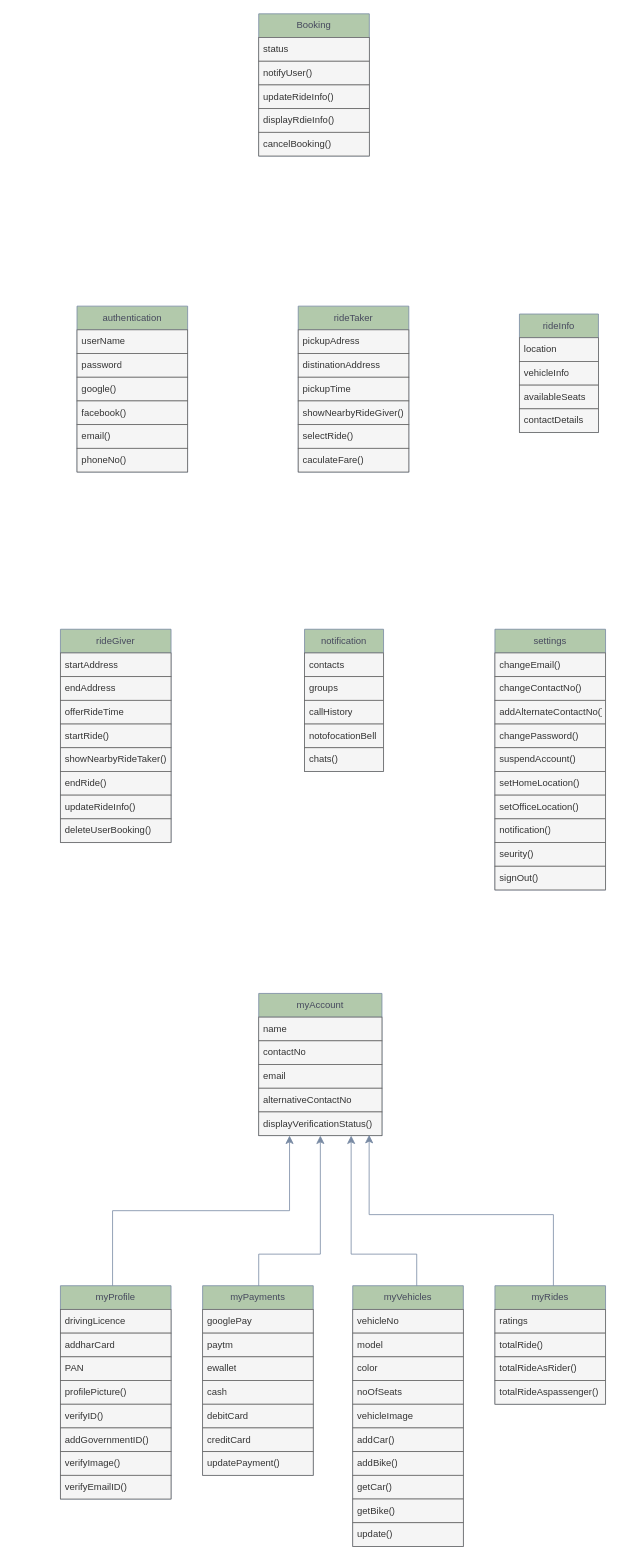
This is Class Diagram.drawio from fatahrahimi330/21Number_game, a draw.io file, before an edit. Source tidied: cells renumbered, new cells numbered last; positions are measured from the earlier drawing's top-left corner, leaving out a move shared by most shapes. Both pictures are drawn from the tidied source at 79%, with x=0, y=0 at pixel (60, 13).
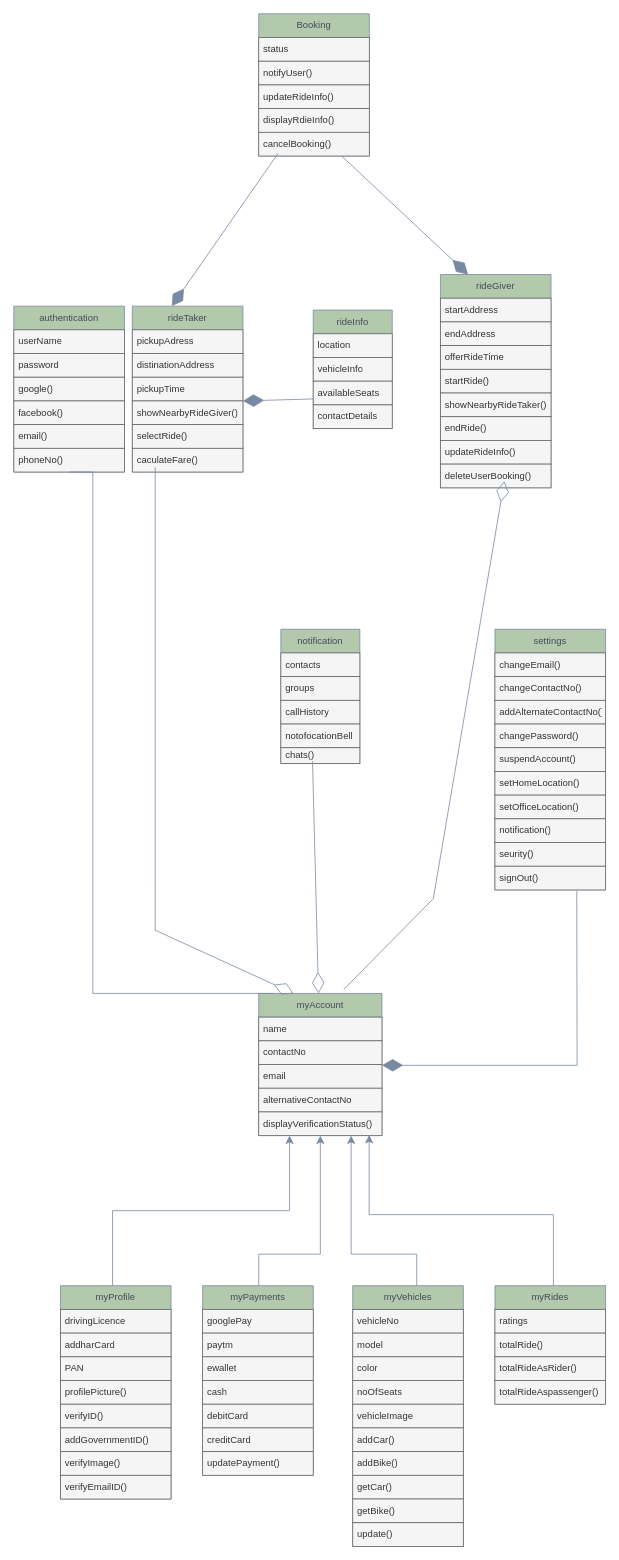
Above is the later version.

The change refers to these unchanged cells:
```xml
<mxCell id="8" value="caculateFare()" style="text;strokeColor=#666666;fillColor=#f5f5f5;align=left;verticalAlign=middle;spacingLeft=4;spacingRight=4;overflow=hidden;points=[[0,0.5],[1,0.5]];portConstraint=eastwest;whiteSpace=wrap;html=1;labelBackgroundColor=none;fontColor=#333333;" parent="2" vertex="1">
  <mxGeometry y="180" width="140" height="30" as="geometry" />
</mxCell>
<mxCell id="29" value="deleteUserBooking()" style="text;strokeColor=#666666;fillColor=#f5f5f5;align=left;verticalAlign=middle;spacingLeft=4;spacingRight=4;overflow=hidden;points=[[0,0.5],[1,0.5]];portConstraint=eastwest;whiteSpace=wrap;html=1;labelBackgroundColor=none;fontColor=#333333;" parent="21" vertex="1">
  <mxGeometry y="240" width="140" height="30" as="geometry" />
</mxCell>
<mxCell id="46" value="signOut()" style="text;strokeColor=#666666;fillColor=#f5f5f5;align=left;verticalAlign=middle;spacingLeft=4;spacingRight=4;overflow=hidden;points=[[0,0.5],[1,0.5]];portConstraint=eastwest;whiteSpace=wrap;html=1;labelBackgroundColor=none;fontColor=#333333;" parent="36" vertex="1">
  <mxGeometry y="300" width="140" height="30" as="geometry" />
</mxCell>
<mxCell id="47" value="myAccount" style="swimlane;fontStyle=0;horizontal=1;startSize=30;whiteSpace=wrap;html=1;labelBackgroundColor=none;fillColor=#B2C9AB;strokeColor=#788AA3;fontColor=#46495D;" parent="1" vertex="1">
  <mxGeometry x="251" y="1240" width="156" height="180" as="geometry" />
</mxCell>
<mxCell id="86" value="Booking" style="swimlane;fontStyle=0;horizontal=1;startSize=30;whiteSpace=wrap;html=1;labelBackgroundColor=none;fillColor=#B2C9AB;strokeColor=#788AA3;fontColor=#46495D;" parent="1" vertex="1">
  <mxGeometry x="251" width="140" height="180" as="geometry" />
</mxCell>
<mxCell id="91" value="cancelBooking()" style="text;align=left;verticalAlign=middle;spacingLeft=4;spacingRight=4;overflow=hidden;points=[[0,0.5],[1,0.5]];portConstraint=eastwest;whiteSpace=wrap;html=1;labelBackgroundColor=none;fontColor=#333333;fillColor=#f5f5f5;strokeColor=#666666;" parent="86" vertex="1">
  <mxGeometry y="150" width="140" height="30" as="geometry" />
</mxCell>
```

Change to the diagram source:
```diff
@@
     <mxCell id="2" value="rideTaker" style="swimlane;fontStyle=0;horizontal=1;startSize=30;whiteSpace=wrap;html=1;labelBackgroundColor=none;fillColor=#B2C9AB;strokeColor=#788AA3;fontColor=#46495D;" parent="1" vertex="1">
-      <mxGeometry x="301" y="370" width="140" height="210" as="geometry" />
+      <mxGeometry x="91" y="370" width="140" height="210" as="geometry" />
     </mxCell>
@@
+    <mxCell id="96" style="endArrow=diamondThin;endFill=1;endSize=24;html=1;rounded=0;strokeColor=#788AA3;fontColor=#46495D;fillColor=#B2C9AB;exitX=0;exitY=0.75;exitDx=0;exitDy=0;" parent="2" edge="1" source="16">
+      <mxGeometry relative="1" as="geometry">
+        <mxPoint x="140" y="120" as="targetPoint" />
+      </mxGeometry>
+    </mxCell>
@@
     <mxCell id="9" value="authentication" style="swimlane;fontStyle=0;horizontal=1;startSize=30;whiteSpace=wrap;html=1;labelBackgroundColor=none;fillColor=#B2C9AB;strokeColor=#788AA3;fontColor=#46495D;" parent="1" vertex="1">
-      <mxGeometry x="21" y="370" width="140" height="210" as="geometry" />
+      <mxGeometry x="-59" y="370" width="140" height="210" as="geometry" />
     </mxCell>
@@
     <mxCell id="16" value="rideInfo" style="swimlane;fontStyle=0;horizontal=1;startSize=30;whiteSpace=wrap;html=1;labelBackgroundColor=none;fillColor=#B2C9AB;strokeColor=#788AA3;fontColor=#46495D;" parent="1" vertex="1">
-      <mxGeometry x="581" y="380" width="100" height="150" as="geometry" />
+      <mxGeometry x="320" y="375" width="100" height="150" as="geometry" />
     </mxCell>
@@
     <mxCell id="21" value="rideGiver" style="swimlane;fontStyle=0;horizontal=1;startSize=30;whiteSpace=wrap;html=1;labelBackgroundColor=none;fillColor=#B2C9AB;strokeColor=#788AA3;fontColor=#46495D;" parent="1" vertex="1">
-      <mxGeometry y="779" width="140" height="270" as="geometry" />
+      <mxGeometry x="481" y="330" width="140" height="270" as="geometry" />
     </mxCell>
@@
     <mxCell id="30" value="notification" style="swimlane;fontStyle=0;horizontal=1;startSize=30;whiteSpace=wrap;html=1;labelBackgroundColor=none;fillColor=#B2C9AB;strokeColor=#788AA3;fontColor=#46495D;" parent="1" vertex="1">
-      <mxGeometry x="309" y="779" width="100" height="180" as="geometry" />
+      <mxGeometry x="279" y="779" width="100" height="170" as="geometry" />
     </mxCell>
@@
     <mxCell id="35" value="chats()" style="text;strokeColor=#666666;fillColor=#f5f5f5;align=left;verticalAlign=middle;spacingLeft=4;spacingRight=4;overflow=hidden;points=[[0,0.5],[1,0.5]];portConstraint=eastwest;whiteSpace=wrap;html=1;labelBackgroundColor=none;fontColor=#333333;" parent="30" vertex="1">
-      <mxGeometry y="150" width="100" height="30" as="geometry" />
+      <mxGeometry y="150" width="100" height="20" as="geometry" />
     </mxCell>
@@
+    <mxCell id="97" style="endArrow=diamondThin;endFill=1;endSize=24;html=1;rounded=0;strokeColor=#788AA3;fontColor=#46495D;fillColor=#B2C9AB;exitX=0.74;exitY=1.049;exitDx=0;exitDy=0;exitPerimeter=0;" parent="1" edge="1" source="46">
+      <mxGeometry relative="1" as="geometry">
+        <mxPoint x="407" y="1331" as="targetPoint" />
+        <Array as="points">
+          <mxPoint x="654" y="1331" />
+        </Array>
+      </mxGeometry>
+    </mxCell>
+    <mxCell id="98" style="endArrow=diamondThin;endFill=0;endSize=24;html=1;rounded=0;strokeColor=#788AA3;fontColor=#46495D;fillColor=#B2C9AB;exitX=0.401;exitY=0.86;exitDx=0;exitDy=0;exitPerimeter=0;" parent="1" edge="1" source="35" target="47">
+      <mxGeometry relative="1" as="geometry" />
+    </mxCell>
+    <mxCell id="99" style="endArrow=diamondThin;endFill=0;endSize=24;html=1;rounded=0;strokeColor=#788AA3;fontColor=#46495D;fillColor=#B2C9AB;entryX=0.578;entryY=0.72;entryDx=0;entryDy=0;entryPerimeter=0;exitX=0.691;exitY=-0.029;exitDx=0;exitDy=0;exitPerimeter=0;" parent="1" edge="1" source="47" target="29">
+      <mxGeometry relative="1" as="geometry">
+        <Array as="points">
+          <mxPoint x="472" y="1120" />
+        </Array>
+      </mxGeometry>
+    </mxCell>
+    <mxCell id="100" style="endArrow=diamondThin;endFill=0;endSize=24;html=1;rounded=0;strokeColor=#788AA3;fontColor=#46495D;fillColor=#B2C9AB;exitX=0.207;exitY=0.798;exitDx=0;exitDy=0;exitPerimeter=0;" parent="1" edge="1" source="8">
+      <mxGeometry relative="1" as="geometry">
+        <mxPoint x="295" y="1240" as="targetPoint" />
+        <Array as="points">
+          <mxPoint x="120" y="1160" />
+        </Array>
+      </mxGeometry>
+    </mxCell>
+    <mxCell id="101" style="endArrow=none;html=1;edgeStyle=orthogonalEdgeStyle;rounded=0;strokeColor=#788AA3;fontColor=#46495D;fillColor=#B2C9AB;exitX=0.5;exitY=1;exitDx=0;exitDy=0;" parent="1" edge="1" source="9">
+      <mxGeometry relative="1" as="geometry">
+        <mxPoint x="271" y="1240" as="targetPoint" />
+        <Array as="points">
+          <mxPoint x="41" y="580" />
+          <mxPoint x="41" y="1240" />
+        </Array>
+      </mxGeometry>
+    </mxCell>
+    <mxCell id="102" style="edgeLabel;html=1;align=left;verticalAlign=bottom;strokeColor=#788AA3;fontColor=#46495D;fillColor=#B2C9AB;" parent="101" vertex="1">
+      <mxGeometry x="-1" relative="1" as="geometry" />
+    </mxCell>
+    <mxCell id="103" style="edgeLabel;html=1;align=right;verticalAlign=bottom;strokeColor=#788AA3;fontColor=#46495D;fillColor=#B2C9AB;" parent="101" vertex="1">
+      <mxGeometry x="1" relative="1" as="geometry" />
+    </mxCell>
+    <mxCell id="104" style="endArrow=diamondThin;endFill=1;endSize=24;html=1;rounded=0;strokeColor=#788AA3;fontColor=#46495D;fillColor=#B2C9AB;exitX=0.175;exitY=0.887;exitDx=0;exitDy=0;entryX=0.357;entryY=0;entryDx=0;entryDy=0;entryPerimeter=0;exitPerimeter=0;" parent="1" edge="1" source="91" target="2">
+      <mxGeometry relative="1" as="geometry" />
+    </mxCell>
+    <mxCell id="105" style="endArrow=diamondThin;endFill=1;endSize=24;html=1;rounded=0;strokeColor=#788AA3;fontColor=#46495D;fillColor=#B2C9AB;exitX=0.75;exitY=1;exitDx=0;exitDy=0;entryX=0.25;entryY=0;entryDx=0;entryDy=0;" parent="1" edge="1" source="86" target="21">
+      <mxGeometry relative="1" as="geometry" />
+    </mxCell>
```
